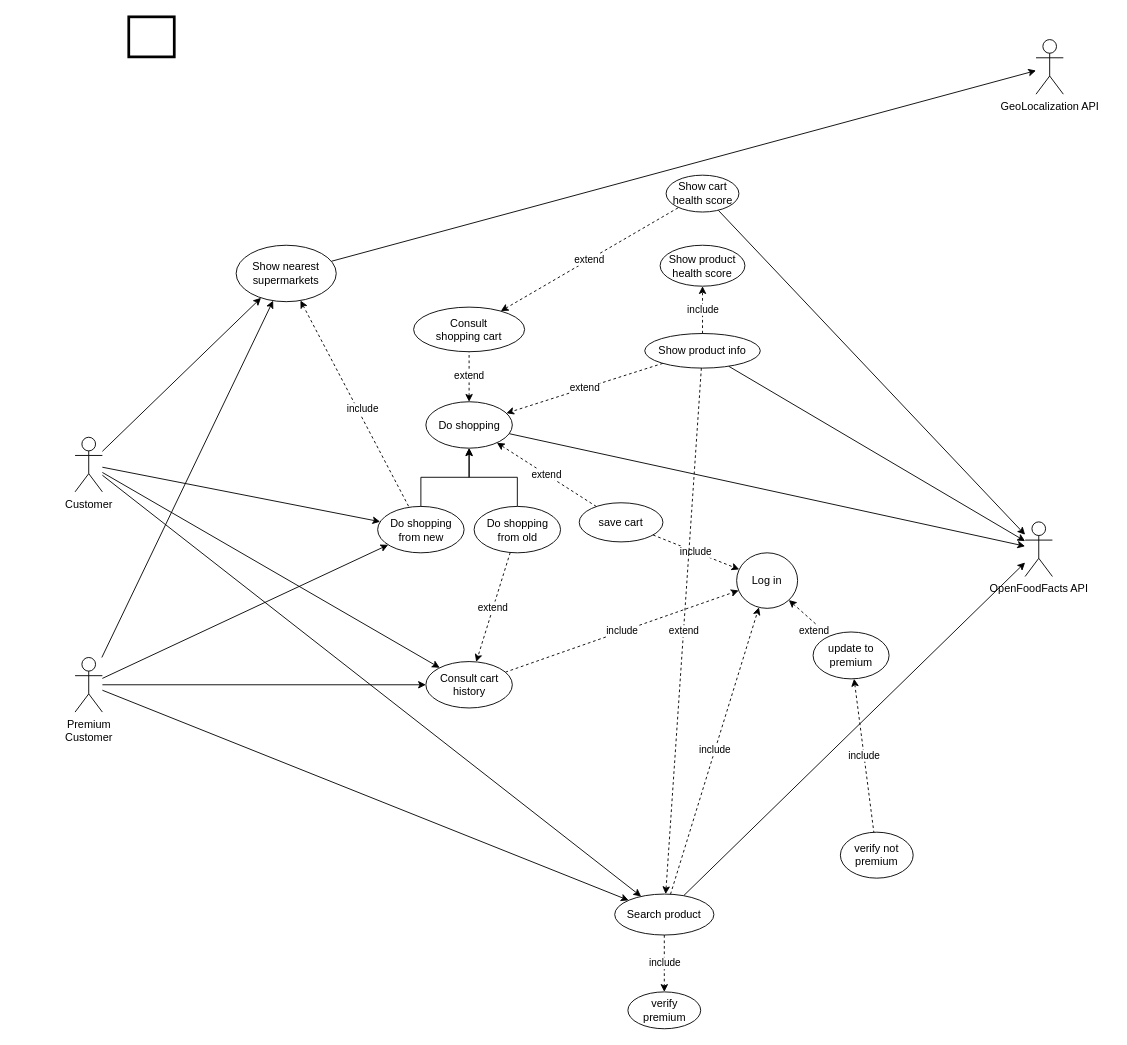
This is docx&pdf/UseCases/UC_Diagram.drawio from FredHats99/HealthyCart, a draw.io file, before an edit. Source tidied: cells renumbered, new cells numbered last; positions are measured from the earlier drawing's top-left corner, leaving out a move shared by most shapes. Both pictures are drawn from the tidied source at 91%, with x=0, y=0 at pixel (75, 16).
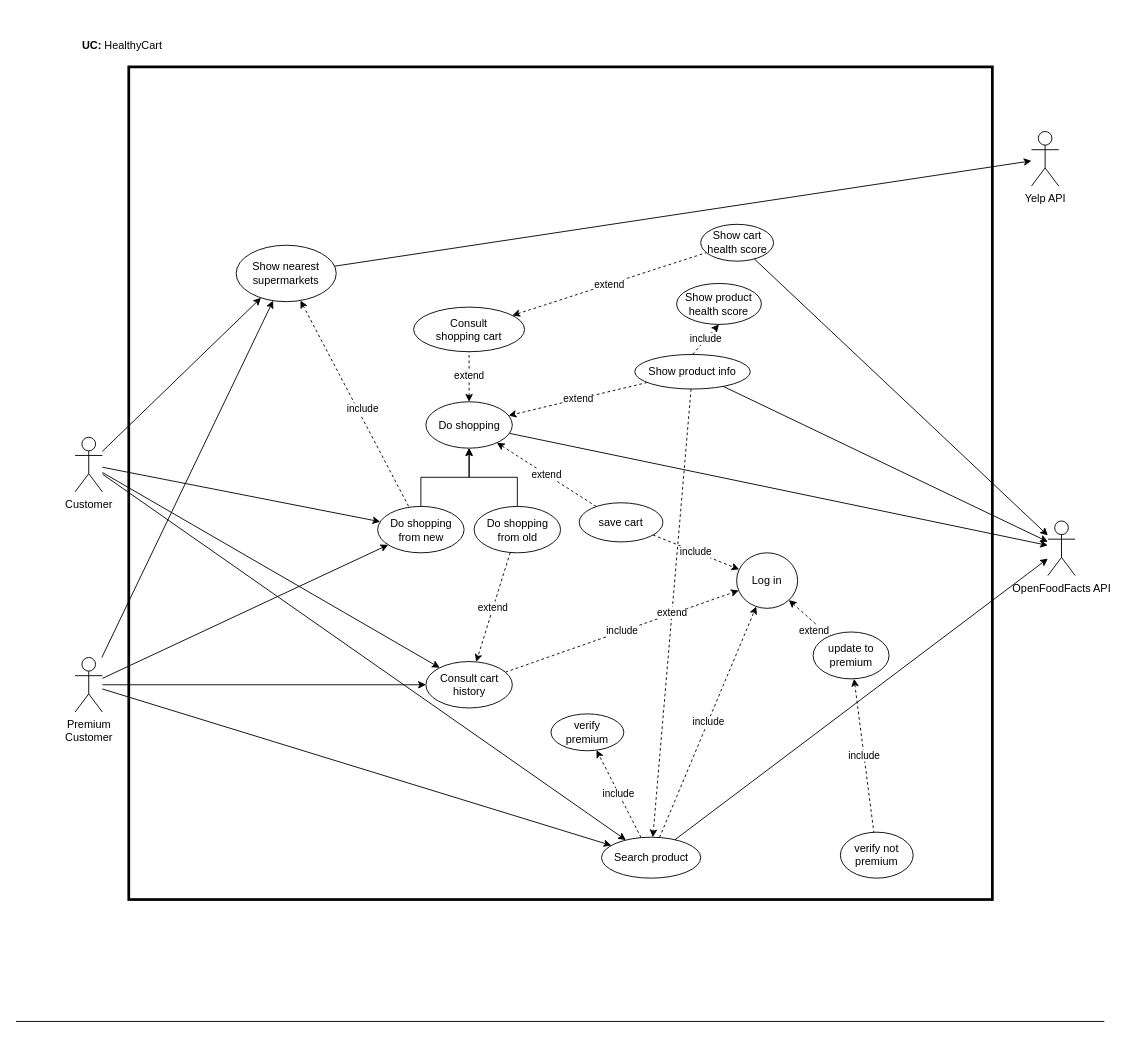
The same page after the edit.

Change to the diagram source:
```diff
@@
     <mxCell id="13" value="OpenFoodFacts API" style="shape=umlActor;verticalLabelPosition=bottom;verticalAlign=top;html=1;outlineConnect=0;" parent="1" vertex="1">
-      <mxGeometry x="1044" y="555" width="30" height="60" as="geometry" />
+      <mxGeometry x="1069" y="554" width="30" height="60" as="geometry" />
     </mxCell>
-    <mxCell id="14" value="GeoLocalization API" style="shape=umlActor;verticalLabelPosition=bottom;verticalAlign=top;html=1;outlineConnect=0;" parent="1" vertex="1">
-      <mxGeometry x="1056" y="25" width="30" height="60" as="geometry" />
+    <mxCell id="14" value="Yelp API" style="shape=umlActor;verticalLabelPosition=bottom;verticalAlign=top;html=1;outlineConnect=0;" parent="1" vertex="1">
+      <mxGeometry x="1051" y="126" width="30" height="60" as="geometry" />
     </mxCell>
@@
     <mxCell id="37" value="Show product info" style="ellipse;whiteSpace=wrap;html=1;" parent="1" vertex="1">
-      <mxGeometry x="626" y="348" width="127" height="38" as="geometry" />
+      <mxGeometry x="615" y="371" width="127" height="38" as="geometry" />
     </mxCell>
@@
     <mxCell id="39" value="Show product health score" style="ellipse;whiteSpace=wrap;html=1;" parent="1" vertex="1">
-      <mxGeometry x="642.9" y="251" width="93.2" height="45" as="geometry" />
+      <mxGeometry x="661" y="293" width="93.2" height="45" as="geometry" />
     </mxCell>
@@
     <mxCell id="41" value="Show cart health score" style="ellipse;whiteSpace=wrap;html=1;" parent="1" vertex="1">
-      <mxGeometry x="649.5" y="174" width="80" height="40.5" as="geometry" />
+      <mxGeometry x="687.5" y="228" width="80" height="40.5" as="geometry" />
     </mxCell>
@@
     <mxCell id="45" value="Search product" style="ellipse;whiteSpace=wrap;html=1;" parent="1" vertex="1">
-      <mxGeometry x="593" y="964" width="109" height="45" as="geometry" />
+      <mxGeometry x="578.5" y="901.5" width="109" height="45" as="geometry" />
     </mxCell>
     <mxCell id="46" value="verify premium" style="ellipse;whiteSpace=wrap;html=1;" parent="1" vertex="1">
-      <mxGeometry x="607.5" y="1071.5" width="80" height="40.5" as="geometry" />
+      <mxGeometry x="523" y="766" width="80" height="40.5" as="geometry" />
     </mxCell>
-    <mxCell id="47" style="rounded=0;whiteSpace=wrap;html=1;fillColor=none;strokeWidth=3;" parent="1" vertex="1" collapsed="1">
-      <mxGeometry x="59" width="50" height="44" as="geometry" />
+    <mxCell id="47" style="rounded=0;whiteSpace=wrap;html=1;fillColor=none;strokeWidth=3;" parent="1" vertex="1">
+      <mxGeometry x="59" y="55" width="949" height="915" as="geometry" />
     </mxCell>
@@
+    <mxCell id="51" value="&lt;b&gt;UC:&lt;/b&gt;&amp;nbsp;HealthyCart" style="text;html=1;strokeColor=none;fillColor=none;align=center;verticalAlign=middle;whiteSpace=wrap;rounded=0;" parent="1" vertex="1">
+      <mxGeometry y="17" width="104" height="30" as="geometry" />
+    </mxCell>
+    <mxCell id="52" style="endArrow=none;html=1;rounded=0;" parent="1" edge="1">
+      <mxGeometry relative="1" as="geometry">
+        <mxPoint x="-65" y="1104" as="sourcePoint" />
+        <mxPoint x="1131" y="1104" as="targetPoint" />
+      </mxGeometry>
+    </mxCell>
```
